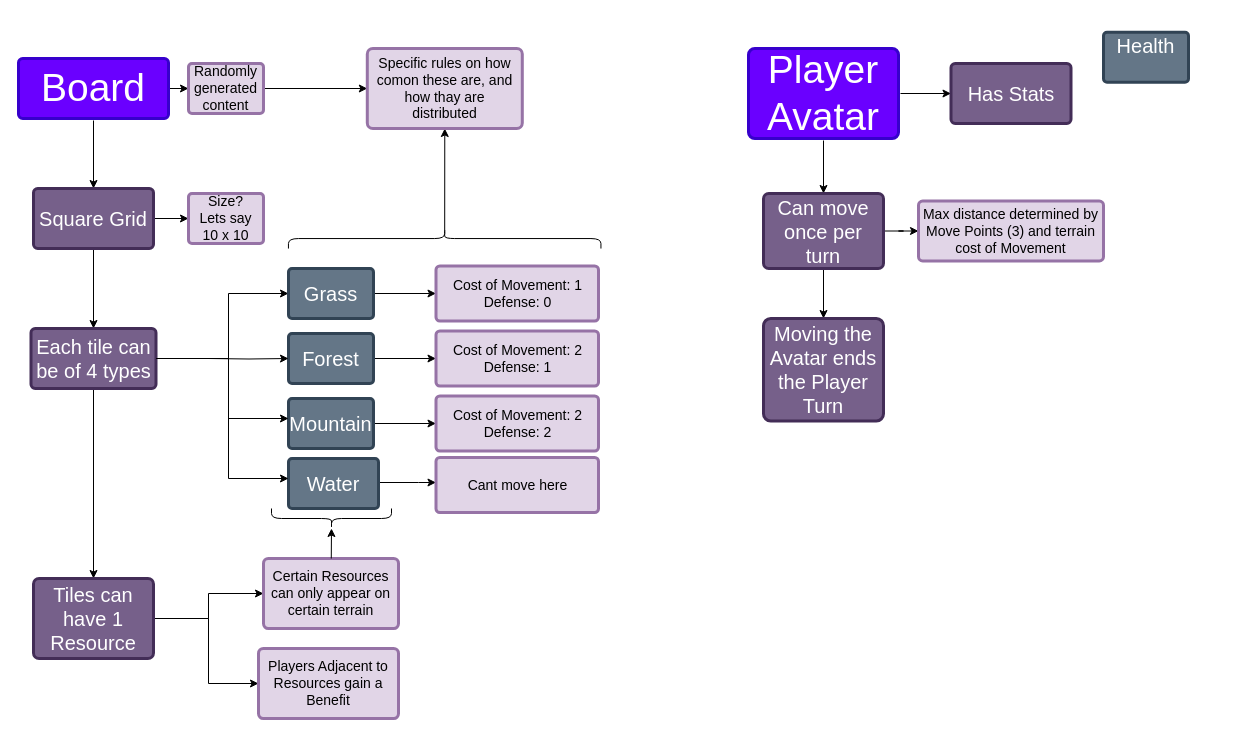
This is Game Elements Diagram.drawio from Valentino-02/board-game-client, a draw.io file, before an edit. Source tidied: cells renumbered, new cells numbered last; positions are measured from the earlier drawing's top-left corner, leaving out a move shared by most shapes. Both pictures are drawn from the tidied source at 100%, with x=0, y=0 at pixel (18, 32).
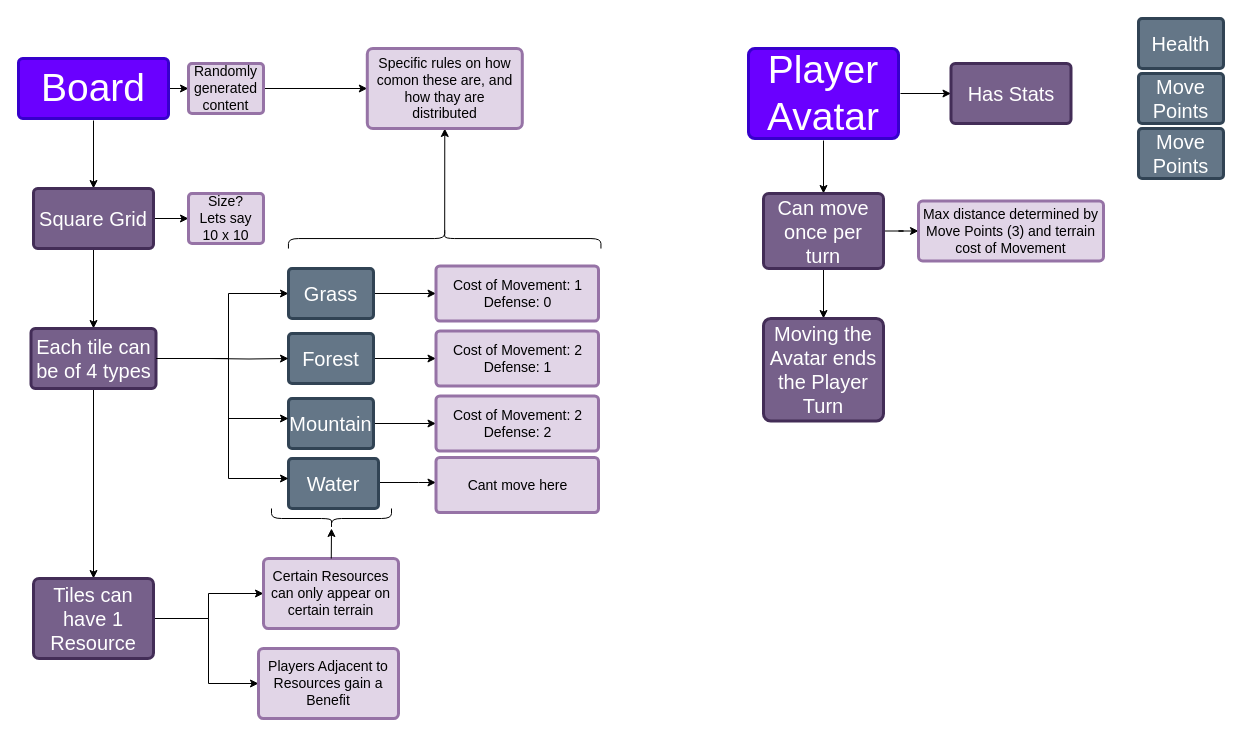
Above is the later version.

What changed in the source:
```diff
@@
-    <mxCell id="48" value="&lt;div&gt;Health&lt;/div&gt;&lt;div&gt;&lt;br&gt;&lt;/div&gt;" style="whiteSpace=wrap;html=1;fontSize=20;fillColor=#647687;strokeColor=#314354;fontColor=#ffffff;rounded=1;shadow=0;labelBackgroundColor=none;strokeWidth=3;spacing=5;arcSize=7;" parent="1" vertex="1">
-      <mxGeometry x="1085" y="-0.2" width="85" height="50" as="geometry" />
+    <mxCell id="48" value="Health" style="whiteSpace=wrap;html=1;fontSize=20;fillColor=#647687;strokeColor=#314354;fontColor=#ffffff;rounded=1;shadow=0;labelBackgroundColor=none;strokeWidth=3;spacing=5;arcSize=7;" parent="1" vertex="1">
+      <mxGeometry x="1120" y="-14" width="85" height="50" as="geometry" />
     </mxCell>
+    <mxCell id="49" value="Move Points" style="whiteSpace=wrap;html=1;fontSize=20;fillColor=#647687;strokeColor=#314354;fontColor=#ffffff;rounded=1;shadow=0;labelBackgroundColor=none;strokeWidth=3;spacing=5;arcSize=7;" parent="1" vertex="1">
+      <mxGeometry x="1120" y="41" width="85" height="50" as="geometry" />
+    </mxCell>
+    <mxCell id="50" value="Move Points" style="whiteSpace=wrap;html=1;fontSize=20;fillColor=#647687;strokeColor=#314354;fontColor=#ffffff;rounded=1;shadow=0;labelBackgroundColor=none;strokeWidth=3;spacing=5;arcSize=7;" parent="1" vertex="1">
+      <mxGeometry x="1120" y="96" width="85" height="50" as="geometry" />
+    </mxCell>
```
